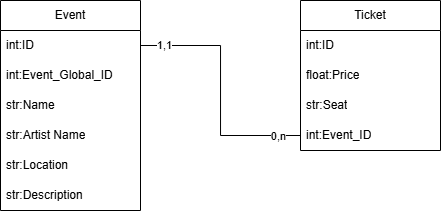
The draw.io diagram Exam/docs/img/ticketDB.png in Giacomix02/Service-oriented-Software-Engineering, before a commit. Source tidied: cells renumbered, new cells last; positions are measured from the earlier drawing's top-left corner, leaving out a move shared by most shapes. Its diagram source:
```xml
<mxGraphModel>
  <root>
    <mxCell id="0" />
    <mxCell id="1" parent="0" />
    <mxCell id="2" value="Event" style="swimlane;fontStyle=0;horizontal=1;startSize=30;whiteSpace=wrap;html=1;" parent="1" vertex="1">
      <mxGeometry width="140" height="210" as="geometry" />
    </mxCell>
    <mxCell id="3" value="int:ID" style="text;strokeColor=none;fillColor=none;align=left;verticalAlign=middle;spacingLeft=4;spacingRight=4;overflow=hidden;points=[[0,0.5],[1,0.5]];portConstraint=eastwest;whiteSpace=wrap;html=1;" parent="2" vertex="1">
      <mxGeometry y="30" width="140" height="30" as="geometry" />
    </mxCell>
    <mxCell id="4" value="int:Event_Global_ID" style="text;strokeColor=none;fillColor=none;align=left;verticalAlign=middle;spacingLeft=4;spacingRight=4;overflow=hidden;whiteSpace=wrap;html=1;" parent="2" vertex="1">
      <mxGeometry y="60" width="140" height="30" as="geometry" />
    </mxCell>
    <mxCell id="5" value="str:Name" style="text;strokeColor=none;fillColor=none;align=left;verticalAlign=middle;spacingLeft=4;spacingRight=4;overflow=hidden;whiteSpace=wrap;html=1;" parent="2" vertex="1">
      <mxGeometry y="90" width="140" height="30" as="geometry" />
    </mxCell>
    <mxCell id="6" value="str:Artist Name" style="text;strokeColor=none;fillColor=none;align=left;verticalAlign=middle;spacingLeft=4;spacingRight=4;overflow=hidden;whiteSpace=wrap;html=1;" parent="2" vertex="1">
      <mxGeometry y="120" width="140" height="30" as="geometry" />
    </mxCell>
    <mxCell id="7" value="str:Location" style="text;strokeColor=none;fillColor=none;align=left;verticalAlign=middle;spacingLeft=4;spacingRight=4;overflow=hidden;whiteSpace=wrap;html=1;" parent="2" vertex="1">
      <mxGeometry y="150" width="140" height="30" as="geometry" />
    </mxCell>
    <mxCell id="8" value="str:Description" style="text;strokeColor=none;fillColor=none;align=left;verticalAlign=middle;spacingLeft=4;spacingRight=4;overflow=hidden;whiteSpace=wrap;html=1;" parent="2" vertex="1">
      <mxGeometry y="180" width="140" height="30" as="geometry" />
    </mxCell>
    <mxCell id="9" value="Ticket" style="swimlane;fontStyle=0;horizontal=1;startSize=30;whiteSpace=wrap;html=1;" parent="1" vertex="1">
      <mxGeometry x="300" width="140" height="150" as="geometry" />
    </mxCell>
    <mxCell id="10" value="int:ID" style="text;strokeColor=none;fillColor=none;align=left;verticalAlign=middle;spacingLeft=4;spacingRight=4;overflow=hidden;whiteSpace=wrap;html=1;" parent="9" vertex="1">
      <mxGeometry y="30" width="140" height="30" as="geometry" />
    </mxCell>
    <mxCell id="11" value="float:Price" style="text;strokeColor=none;fillColor=none;align=left;verticalAlign=middle;spacingLeft=4;spacingRight=4;overflow=hidden;whiteSpace=wrap;html=1;" parent="9" vertex="1">
      <mxGeometry y="60" width="140" height="30" as="geometry" />
    </mxCell>
    <mxCell id="12" value="str:Seat" style="text;strokeColor=none;fillColor=none;align=left;verticalAlign=middle;spacingLeft=4;spacingRight=4;overflow=hidden;points=[[0,0.5],[1,0.5]];portConstraint=eastwest;whiteSpace=wrap;html=1;" parent="9" vertex="1">
      <mxGeometry y="90" width="140" height="30" as="geometry" />
    </mxCell>
    <mxCell id="13" value="int:Event_ID" style="text;strokeColor=none;fillColor=none;align=left;verticalAlign=middle;spacingLeft=4;spacingRight=4;overflow=hidden;points=[[0,0.5],[1,0.5]];portConstraint=eastwest;whiteSpace=wrap;html=1;" parent="9" vertex="1">
      <mxGeometry y="120" width="140" height="30" as="geometry" />
    </mxCell>
    <mxCell id="14" style="edgeStyle=orthogonalEdgeStyle;rounded=0;jettySize=auto;html=1;endArrow=none;endFill=0;" parent="1" edge="1" source="13" target="3">
      <mxGeometry relative="1" as="geometry" />
    </mxCell>
    <mxCell id="15" value="1,1" style="edgeLabel;html=1;align=center;verticalAlign=middle;" parent="14" vertex="1">
      <mxGeometry x="0.81" relative="1" as="geometry">
        <mxPoint x="1" as="offset" />
      </mxGeometry>
    </mxCell>
    <mxCell id="16" value="0,n" style="edgeLabel;html=1;align=center;verticalAlign=middle;" parent="14" vertex="1">
      <mxGeometry x="-0.82" y="1" relative="1" as="geometry" />
    </mxCell>
  </root>
</mxGraphModel>
```
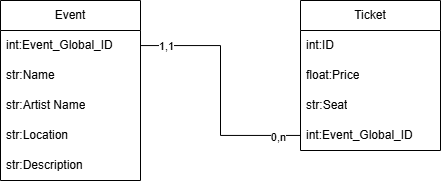
After the change.

Commit message:
added doc about output json from gateway

Diff of the diagram source:
```diff
@@ -3,51 +3,48 @@
     <mxCell id="0" />
     <mxCell id="1" parent="0" />
     <mxCell id="2" value="Event" style="swimlane;fontStyle=0;horizontal=1;startSize=30;whiteSpace=wrap;html=1;" parent="1" vertex="1">
-      <mxGeometry width="140" height="210" as="geometry" />
+      <mxGeometry width="140" height="180" as="geometry" />
     </mxCell>
-    <mxCell id="3" value="int:ID" style="text;strokeColor=none;fillColor=none;align=left;verticalAlign=middle;spacingLeft=4;spacingRight=4;overflow=hidden;points=[[0,0.5],[1,0.5]];portConstraint=eastwest;whiteSpace=wrap;html=1;" parent="2" vertex="1">
+    <mxCell id="3" value="int:Event_Global_ID" style="text;strokeColor=none;fillColor=none;align=left;verticalAlign=middle;spacingLeft=4;spacingRight=4;overflow=hidden;points=[[0,0.5],[1,0.5]];portConstraint=eastwest;whiteSpace=wrap;html=1;" parent="2" vertex="1">
       <mxGeometry y="30" width="140" height="30" as="geometry" />
     </mxCell>
-    <mxCell id="4" value="int:Event_Global_ID" style="text;strokeColor=none;fillColor=none;align=left;verticalAlign=middle;spacingLeft=4;spacingRight=4;overflow=hidden;whiteSpace=wrap;html=1;" parent="2" vertex="1">
+    <mxCell id="4" value="str:Name" style="text;strokeColor=none;fillColor=none;align=left;verticalAlign=middle;spacingLeft=4;spacingRight=4;overflow=hidden;whiteSpace=wrap;html=1;" parent="2" vertex="1">
       <mxGeometry y="60" width="140" height="30" as="geometry" />
     </mxCell>
-    <mxCell id="5" value="str:Name" style="text;strokeColor=none;fillColor=none;align=left;verticalAlign=middle;spacingLeft=4;spacingRight=4;overflow=hidden;whiteSpace=wrap;html=1;" parent="2" vertex="1">
+    <mxCell id="5" value="str:Artist Name" style="text;strokeColor=none;fillColor=none;align=left;verticalAlign=middle;spacingLeft=4;spacingRight=4;overflow=hidden;whiteSpace=wrap;html=1;" parent="2" vertex="1">
       <mxGeometry y="90" width="140" height="30" as="geometry" />
     </mxCell>
-    <mxCell id="6" value="str:Artist Name" style="text;strokeColor=none;fillColor=none;align=left;verticalAlign=middle;spacingLeft=4;spacingRight=4;overflow=hidden;whiteSpace=wrap;html=1;" parent="2" vertex="1">
+    <mxCell id="6" value="str:Location" style="text;strokeColor=none;fillColor=none;align=left;verticalAlign=middle;spacingLeft=4;spacingRight=4;overflow=hidden;whiteSpace=wrap;html=1;" parent="2" vertex="1">
       <mxGeometry y="120" width="140" height="30" as="geometry" />
     </mxCell>
-    <mxCell id="7" value="str:Location" style="text;strokeColor=none;fillColor=none;align=left;verticalAlign=middle;spacingLeft=4;spacingRight=4;overflow=hidden;whiteSpace=wrap;html=1;" parent="2" vertex="1">
+    <mxCell id="7" value="str:Description" style="text;strokeColor=none;fillColor=none;align=left;verticalAlign=middle;spacingLeft=4;spacingRight=4;overflow=hidden;whiteSpace=wrap;html=1;" parent="2" vertex="1">
       <mxGeometry y="150" width="140" height="30" as="geometry" />
     </mxCell>
-    <mxCell id="8" value="str:Description" style="text;strokeColor=none;fillColor=none;align=left;verticalAlign=middle;spacingLeft=4;spacingRight=4;overflow=hidden;whiteSpace=wrap;html=1;" parent="2" vertex="1">
-      <mxGeometry y="180" width="140" height="30" as="geometry" />
+    <mxCell id="8" value="Ticket" style="swimlane;fontStyle=0;horizontal=1;startSize=30;whiteSpace=wrap;html=1;" parent="1" vertex="1">
+      <mxGeometry x="300" width="140" height="150" as="geometry" />
     </mxCell>
-    <mxCell id="9" value="Ticket" style="swimlane;fontStyle=0;horizontal=1;startSize=30;whiteSpace=wrap;html=1;" parent="1" vertex="1">
-      <mxGeometry x="300" width="140" height="150" as="geometry" />
+    <mxCell id="9" value="int:ID" style="text;strokeColor=none;fillColor=none;align=left;verticalAlign=middle;spacingLeft=4;spacingRight=4;overflow=hidden;whiteSpace=wrap;html=1;" parent="8" vertex="1">
+      <mxGeometry y="30" width="140" height="30" as="geometry" />
     </mxCell>
-    <mxCell id="10" value="int:ID" style="text;strokeColor=none;fillColor=none;align=left;verticalAlign=middle;spacingLeft=4;spacingRight=4;overflow=hidden;whiteSpace=wrap;html=1;" parent="9" vertex="1">
-      <mxGeometry y="30" width="140" height="30" as="geometry" />
+    <mxCell id="10" value="float:Price" style="text;strokeColor=none;fillColor=none;align=left;verticalAlign=middle;spacingLeft=4;spacingRight=4;overflow=hidden;whiteSpace=wrap;html=1;" parent="8" vertex="1">
+      <mxGeometry y="60" width="140" height="30" as="geometry" />
     </mxCell>
-    <mxCell id="11" value="float:Price" style="text;strokeColor=none;fillColor=none;align=left;verticalAlign=middle;spacingLeft=4;spacingRight=4;overflow=hidden;whiteSpace=wrap;html=1;" parent="9" vertex="1">
-      <mxGeometry y="60" width="140" height="30" as="geometry" />
+    <mxCell id="11" value="str:Seat" style="text;strokeColor=none;fillColor=none;align=left;verticalAlign=middle;spacingLeft=4;spacingRight=4;overflow=hidden;whiteSpace=wrap;html=1;" parent="8" vertex="1">
+      <mxGeometry y="90" width="140" height="30" as="geometry" />
     </mxCell>
-    <mxCell id="12" value="str:Seat" style="text;strokeColor=none;fillColor=none;align=left;verticalAlign=middle;spacingLeft=4;spacingRight=4;overflow=hidden;points=[[0,0.5],[1,0.5]];portConstraint=eastwest;whiteSpace=wrap;html=1;" parent="9" vertex="1">
-      <mxGeometry y="90" width="140" height="30" as="geometry" />
+    <mxCell id="12" value="int:Event_Global_ID" style="text;strokeColor=none;fillColor=none;align=left;verticalAlign=middle;spacingLeft=4;spacingRight=4;overflow=hidden;points=[[0,0.5],[1,0.5]];portConstraint=eastwest;whiteSpace=wrap;html=1;" parent="8" vertex="1">
+      <mxGeometry y="120" width="140" height="30" as="geometry" />
     </mxCell>
-    <mxCell id="13" value="int:Event_ID" style="text;strokeColor=none;fillColor=none;align=left;verticalAlign=middle;spacingLeft=4;spacingRight=4;overflow=hidden;points=[[0,0.5],[1,0.5]];portConstraint=eastwest;whiteSpace=wrap;html=1;" parent="9" vertex="1">
-      <mxGeometry y="120" width="140" height="30" as="geometry" />
+    <mxCell id="13" style="edgeStyle=orthogonalEdgeStyle;rounded=0;jettySize=auto;html=1;endArrow=none;endFill=0;" parent="1" edge="1" source="12" target="3">
+      <mxGeometry relative="1" as="geometry" />
     </mxCell>
-    <mxCell id="14" style="edgeStyle=orthogonalEdgeStyle;rounded=0;jettySize=auto;html=1;endArrow=none;endFill=0;" parent="1" edge="1" source="13" target="3">
-      <mxGeometry relative="1" as="geometry" />
+    <mxCell id="14" value="1,1" style="edgeLabel;html=1;align=center;verticalAlign=middle;" parent="13" vertex="1">
+      <mxGeometry x="0.81" relative="1" as="geometry">
+        <mxPoint x="1" as="offset" />
+      </mxGeometry>
     </mxCell>
-    <mxCell id="15" value="1,1" style="edgeLabel;html=1;align=center;verticalAlign=middle;" parent="14" vertex="1">
-      <mxGeometry x="0.81" relative="1" as="geometry">
-        <mxPoint x="1" as="offset" />
-      </mxGeometry>
+    <mxCell id="15" value="0,n" style="edgeLabel;html=1;align=center;verticalAlign=middle;" parent="13" vertex="1">
+      <mxGeometry x="-0.82" y="1" relative="1" as="geometry" />
     </mxCell>
-    <mxCell id="16" value="0,n" style="edgeLabel;html=1;align=center;verticalAlign=middle;" parent="14" vertex="1">
-      <mxGeometry x="-0.82" y="1" relative="1" as="geometry" />
-    </mxCell>
   </root>
 </mxGraphModel>
```
